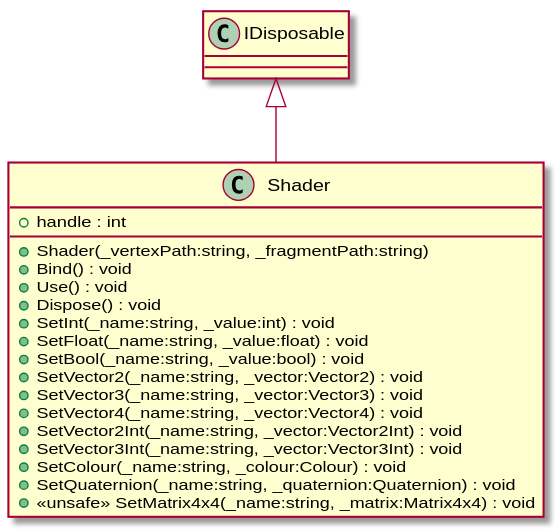
Above: UML/Core/Graphics/Shader.svg in Zaephus/GraphicsProgramming (PlantUML), before the change.
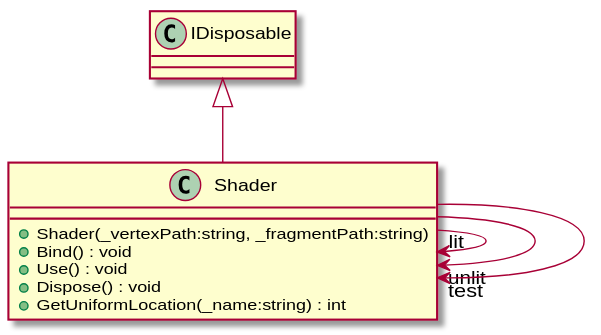
Above is the later version.

Change to the diagram source:
```diff
@@ -1,21 +1,13 @@
 @startuml
 class Shader {
-    + handle : int
     + Shader(_vertexPath:string, _fragmentPath:string)
     + Bind() : void
     + Use() : void
     + Dispose() : void
-    + SetInt(_name:string, _value:int) : void
-    + SetFloat(_name:string, _value:float) : void
-    + SetBool(_name:string, _value:bool) : void
-    + SetVector2(_name:string, _vector:Vector2) : void
-    + SetVector3(_name:string, _vector:Vector3) : void
-    + SetVector4(_name:string, _vector:Vector4) : void
-    + SetVector2Int(_name:string, _vector:Vector2Int) : void
-    + SetVector3Int(_name:string, _vector:Vector3Int) : void
-    + SetColour(_name:string, _colour:Colour) : void
-    + SetQuaternion(_name:string, _quaternion:Quaternion) : void
-    + <<unsafe>> SetMatrix4x4(_name:string, _matrix:Matrix4x4) : void
+    + GetUniformLocation(_name:string) : int
 }
 IDisposable <|-- Shader
+Shader --> "lit" Shader
+Shader --> "unlit" Shader
+Shader --> "test" Shader
 @enduml
```
